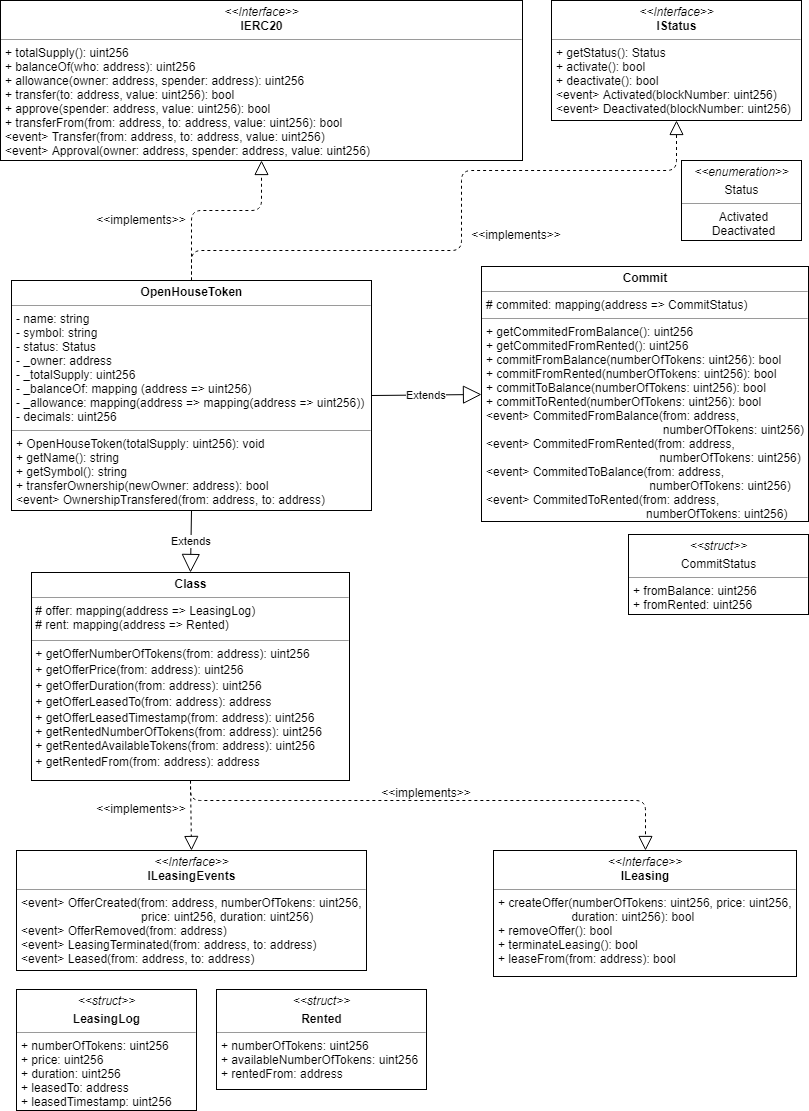
Earlier version of the draw.io export uml/OpenHouseToken/OpenHouseToken.png (gkamtzir/Ethereum-ICO-Diploma-Thesis). Source tidied: cells renumbered, new cells last; positions are measured from the earlier drawing's top-left corner, leaving out a move shared by most shapes.
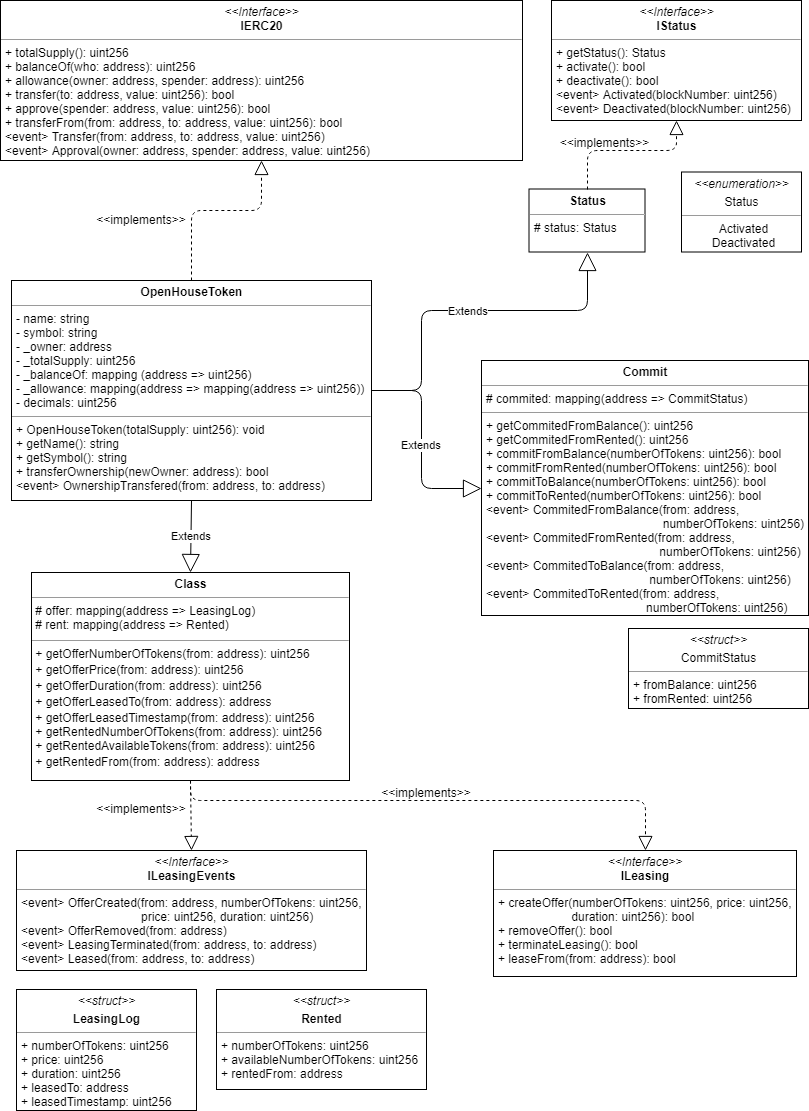
Above is the later version.

Commit message:
Modified the class diagram and created separate class for Status.

Change to the diagram source:
```diff
@@ -2,8 +2,8 @@
   <root>
     <mxCell id="0" />
     <mxCell id="1" parent="0" />
-    <mxCell id="2" value="&lt;p style=&quot;margin: 0px ; margin-top: 4px ; text-align: center&quot;&gt;&lt;b&gt;OpenHouseToken&lt;/b&gt;&lt;/p&gt;&lt;hr size=&quot;1&quot;&gt;&lt;p style=&quot;margin: 0px ; margin-left: 4px&quot;&gt;- name: string&lt;/p&gt;&lt;p style=&quot;margin: 0px ; margin-left: 4px&quot;&gt;- symbol: string&lt;/p&gt;&lt;p style=&quot;margin: 0px ; margin-left: 4px&quot;&gt;- status: Status&lt;br&gt;&lt;/p&gt;&lt;p style=&quot;margin: 0px ; margin-left: 4px&quot;&gt;- _owner: address&lt;/p&gt;&lt;p style=&quot;margin: 0px ; margin-left: 4px&quot;&gt;- _totalSupply: uint256&lt;/p&gt;&lt;p style=&quot;margin: 0px ; margin-left: 4px&quot;&gt;- _balanceOf: mapping (address =&amp;gt; uint256)&lt;/p&gt;&lt;p style=&quot;margin: 0px ; margin-left: 4px&quot;&gt;- _allowance: mapping(address =&amp;gt; mapping(address =&amp;gt; uint256))&lt;/p&gt;&lt;p style=&quot;margin: 0px ; margin-left: 4px&quot;&gt;- decimals: uint256&lt;/p&gt;&lt;hr size=&quot;1&quot;&gt;&lt;p style=&quot;margin: 0px ; margin-left: 4px&quot;&gt;+ OpenHouseToken(totalSupply: uint256): void&lt;/p&gt;&lt;p style=&quot;margin: 0px ; margin-left: 4px&quot;&gt;+ getName(): string&lt;/p&gt;&lt;p style=&quot;margin: 0px ; margin-left: 4px&quot;&gt;+ getSymbol(): string&lt;/p&gt;&lt;p style=&quot;margin: 0px ; margin-left: 4px&quot;&gt;+ transferOwnership(newOwner: address): bool&lt;/p&gt;&lt;p style=&quot;margin: 0px ; margin-left: 4px&quot;&gt;&amp;lt;event&amp;gt; OwnershipTransfered(from: address, to: address)&lt;/p&gt;" style="verticalAlign=top;align=left;overflow=fill;fontSize=12;fontFamily=Helvetica;html=1;" parent="1" vertex="1">
-      <mxGeometry x="11" y="280" width="360" height="230" as="geometry" />
+    <mxCell id="2" value="&lt;p style=&quot;margin: 0px ; margin-top: 4px ; text-align: center&quot;&gt;&lt;b&gt;OpenHouseToken&lt;/b&gt;&lt;/p&gt;&lt;hr size=&quot;1&quot;&gt;&lt;p style=&quot;margin: 0px ; margin-left: 4px&quot;&gt;- name: string&lt;/p&gt;&lt;p style=&quot;margin: 0px ; margin-left: 4px&quot;&gt;- symbol: string&lt;/p&gt;&lt;p style=&quot;margin: 0px ; margin-left: 4px&quot;&gt;- _owner: address&lt;/p&gt;&lt;p style=&quot;margin: 0px ; margin-left: 4px&quot;&gt;- _totalSupply: uint256&lt;/p&gt;&lt;p style=&quot;margin: 0px ; margin-left: 4px&quot;&gt;- _balanceOf: mapping (address =&amp;gt; uint256)&lt;/p&gt;&lt;p style=&quot;margin: 0px ; margin-left: 4px&quot;&gt;- _allowance: mapping(address =&amp;gt; mapping(address =&amp;gt; uint256))&lt;/p&gt;&lt;p style=&quot;margin: 0px ; margin-left: 4px&quot;&gt;- decimals: uint256&lt;/p&gt;&lt;hr size=&quot;1&quot;&gt;&lt;p style=&quot;margin: 0px ; margin-left: 4px&quot;&gt;+ OpenHouseToken(totalSupply: uint256): void&lt;/p&gt;&lt;p style=&quot;margin: 0px ; margin-left: 4px&quot;&gt;+ getName(): string&lt;/p&gt;&lt;p style=&quot;margin: 0px ; margin-left: 4px&quot;&gt;+ getSymbol(): string&lt;/p&gt;&lt;p style=&quot;margin: 0px ; margin-left: 4px&quot;&gt;+ transferOwnership(newOwner: address): bool&lt;/p&gt;&lt;p style=&quot;margin: 0px ; margin-left: 4px&quot;&gt;&amp;lt;event&amp;gt; OwnershipTransfered(from: address, to: address)&lt;/p&gt;" style="verticalAlign=top;align=left;overflow=fill;fontSize=12;fontFamily=Helvetica;html=1;" parent="1" vertex="1">
+      <mxGeometry x="11" y="280" width="360" height="220" as="geometry" />
     </mxCell>
     <mxCell id="3" value="&lt;p style=&quot;margin: 0px ; margin-top: 4px ; text-align: center&quot;&gt;&lt;i&gt;&amp;lt;&amp;lt;Interface&amp;gt;&amp;gt;&lt;/i&gt;&lt;br&gt;&lt;b&gt;IERC20&lt;/b&gt;&lt;/p&gt;&lt;hr size=&quot;1&quot;&gt;&lt;p style=&quot;margin: 0px ; margin-left: 4px&quot;&gt;+ totalSupply(): uint256&lt;br&gt;+ balanceOf(who: address): uint256&lt;/p&gt;&lt;p style=&quot;margin: 0px ; margin-left: 4px&quot;&gt;+ allowance(owner: address, spender: address): uint256&lt;/p&gt;&lt;p style=&quot;margin: 0px ; margin-left: 4px&quot;&gt;+ transfer(to: address, value: uint256): bool&lt;/p&gt;&lt;p style=&quot;margin: 0px ; margin-left: 4px&quot;&gt;+ approve(spender: address, value: uint256): bool&lt;/p&gt;&lt;p style=&quot;margin: 0px ; margin-left: 4px&quot;&gt;+ transferFrom(from: address, to: address, value: uint256): bool&lt;/p&gt;&lt;p style=&quot;margin: 0px ; margin-left: 4px&quot;&gt;&amp;lt;event&amp;gt; Transfer(from: address, to: address, value: uint256)&lt;/p&gt;&lt;p style=&quot;margin: 0px ; margin-left: 4px&quot;&gt;&amp;lt;event&amp;gt; Approval(owner: address, spender: address, value: uint256)&lt;/p&gt;" style="verticalAlign=top;align=left;overflow=fill;fontSize=12;fontFamily=Helvetica;html=1;" parent="1" vertex="1">
       <mxGeometry width="522" height="160" as="geometry" />
@@ -26,16 +26,21 @@
       <mxGeometry x="16" y="850" width="350" height="120" as="geometry" />
     </mxCell>
     <mxCell id="8" value="&lt;p style=&quot;margin: 0px ; margin-top: 4px ; text-align: center&quot;&gt;&lt;b&gt;Commit&lt;/b&gt;&lt;/p&gt;&lt;hr size=&quot;1&quot;&gt;&lt;p style=&quot;margin: 0px ; margin-left: 4px&quot;&gt;# commited: mapping(address =&amp;gt; CommitStatus)&lt;/p&gt;&lt;hr size=&quot;1&quot;&gt;&lt;p style=&quot;margin: 0px ; margin-left: 4px&quot;&gt;+ getCommitedFromBalance(): uint256&lt;br&gt;&lt;/p&gt;&lt;p style=&quot;margin: 0px ; margin-left: 4px&quot;&gt;+ getCommitedFromRented(): uint256&lt;/p&gt;&lt;p style=&quot;margin: 0px ; margin-left: 4px&quot;&gt;+ commitFromBalance(numberOfTokens: uint256): bool&lt;/p&gt;&lt;p style=&quot;margin: 0px ; margin-left: 4px&quot;&gt;+ commitFromRented(numberOfTokens: uint256): bool&lt;/p&gt;&lt;p style=&quot;margin: 0px ; margin-left: 4px&quot;&gt;+ commitToBalance(numberOfTokens: uint256): bool&lt;/p&gt;&lt;p style=&quot;margin: 0px ; margin-left: 4px&quot;&gt;+ commitToRented(numberOfTokens: uint256): bool&lt;/p&gt;&lt;p style=&quot;margin: 0px ; margin-left: 4px&quot;&gt;&amp;lt;event&amp;gt; CommitedFromBalance(from: address,&amp;nbsp;&lt;/p&gt;&lt;p style=&quot;margin: 0px ; margin-left: 4px&quot;&gt;&amp;nbsp; &amp;nbsp; &amp;nbsp; &amp;nbsp; &amp;nbsp; &amp;nbsp; &amp;nbsp; &amp;nbsp; &amp;nbsp; &amp;nbsp; &amp;nbsp; &amp;nbsp; &amp;nbsp; &amp;nbsp; &amp;nbsp; &amp;nbsp; &amp;nbsp; &amp;nbsp; &amp;nbsp; &amp;nbsp; &amp;nbsp; &amp;nbsp; &amp;nbsp; &amp;nbsp; &amp;nbsp; &amp;nbsp; &amp;nbsp;numberOfTokens: uint256)&lt;/p&gt;&lt;p style=&quot;margin: 0px ; margin-left: 4px&quot;&gt;&amp;lt;event&amp;gt; CommitedFromRented(from: address,&lt;br&gt;&amp;nbsp; &amp;nbsp; &amp;nbsp; &amp;nbsp; &amp;nbsp; &amp;nbsp; &amp;nbsp; &amp;nbsp; &amp;nbsp; &amp;nbsp; &amp;nbsp; &amp;nbsp; &amp;nbsp; &amp;nbsp; &amp;nbsp; &amp;nbsp; &amp;nbsp; &amp;nbsp; &amp;nbsp; &amp;nbsp; &amp;nbsp; &amp;nbsp; &amp;nbsp; &amp;nbsp; &amp;nbsp; &amp;nbsp; numberOfTokens: uint256)&lt;/p&gt;&lt;p style=&quot;margin: 0px ; margin-left: 4px&quot;&gt;&amp;lt;event&amp;gt; CommitedToBalance(from: address,&lt;/p&gt;&lt;p style=&quot;margin: 0px ; margin-left: 4px&quot;&gt;&amp;nbsp; &amp;nbsp; &amp;nbsp; &amp;nbsp; &amp;nbsp; &amp;nbsp; &amp;nbsp; &amp;nbsp; &amp;nbsp; &amp;nbsp; &amp;nbsp; &amp;nbsp; &amp;nbsp; &amp;nbsp; &amp;nbsp; &amp;nbsp; &amp;nbsp; &amp;nbsp; &amp;nbsp; &amp;nbsp; &amp;nbsp; &amp;nbsp; &amp;nbsp; &amp;nbsp; &amp;nbsp;numberOfTokens: uint256)&lt;/p&gt;&lt;p style=&quot;margin: 0px ; margin-left: 4px&quot;&gt;&amp;lt;event&amp;gt; CommitedToRented(from: address,&lt;/p&gt;&lt;p style=&quot;margin: 0px ; margin-left: 4px&quot;&gt;&amp;nbsp; &amp;nbsp; &amp;nbsp; &amp;nbsp; &amp;nbsp; &amp;nbsp; &amp;nbsp; &amp;nbsp; &amp;nbsp; &amp;nbsp; &amp;nbsp; &amp;nbsp; &amp;nbsp; &amp;nbsp; &amp;nbsp; &amp;nbsp; &amp;nbsp; &amp;nbsp; &amp;nbsp; &amp;nbsp; &amp;nbsp; &amp;nbsp; &amp;nbsp; &amp;nbsp; numberOfTokens: uint256)&lt;/p&gt;" style="verticalAlign=top;align=left;overflow=fill;fontSize=12;fontFamily=Helvetica;html=1;" parent="1" vertex="1">
-      <mxGeometry x="481" y="266" width="327" height="255" as="geometry" />
+      <mxGeometry x="481" y="360" width="327" height="255" as="geometry" />
     </mxCell>
     <mxCell id="9" value="&lt;p style=&quot;margin: 0px ; margin-top: 4px ; text-align: center&quot;&gt;&lt;i&gt;&amp;lt;&amp;lt;struct&amp;gt;&amp;gt;&lt;/i&gt;&lt;br&gt;&lt;/p&gt;&lt;p style=&quot;margin: 0px ; margin-top: 4px ; text-align: center&quot;&gt;&lt;span&gt;CommitStatus&lt;/span&gt;&lt;br&gt;&lt;/p&gt;&lt;hr size=&quot;1&quot;&gt;&lt;p style=&quot;margin: 0px ; margin-left: 4px&quot;&gt;+ fromBalance: uint256&lt;/p&gt;&lt;p style=&quot;margin: 0px ; margin-left: 4px&quot;&gt;+ fromRented: uint256&lt;/p&gt;&lt;p style=&quot;margin: 0px ; margin-left: 4px&quot;&gt;&lt;br&gt;&lt;/p&gt;" style="verticalAlign=top;align=left;overflow=fill;fontSize=12;fontFamily=Helvetica;html=1;" parent="1" vertex="1">
-      <mxGeometry x="628" y="534" width="180" height="80" as="geometry" />
+      <mxGeometry x="628" y="628" width="180" height="80" as="geometry" />
     </mxCell>
     <mxCell id="10" value="&lt;p style=&quot;margin: 0px ; margin-top: 4px ; text-align: center&quot;&gt;&lt;i&gt;&amp;lt;&amp;lt;struct&amp;gt;&amp;gt;&lt;/i&gt;&lt;br&gt;&lt;/p&gt;&lt;p style=&quot;margin: 0px ; margin-top: 4px ; text-align: center&quot;&gt;&lt;b&gt;Rented&lt;/b&gt;&lt;/p&gt;&lt;hr size=&quot;1&quot;&gt;&lt;p style=&quot;margin: 0px ; margin-left: 4px&quot;&gt;+ numberOfTokens: uint256&lt;/p&gt;&lt;p style=&quot;margin: 0px ; margin-left: 4px&quot;&gt;+ availableNumberOfTokens: uint256&lt;/p&gt;&lt;p style=&quot;margin: 0px ; margin-left: 4px&quot;&gt;+ rentedFrom: address&lt;/p&gt;&lt;p style=&quot;margin: 0px ; margin-left: 4px&quot;&gt;&lt;br&gt;&lt;/p&gt;" style="verticalAlign=top;align=left;overflow=fill;fontSize=12;fontFamily=Helvetica;html=1;" parent="1" vertex="1">
       <mxGeometry x="216" y="989" width="210" height="100" as="geometry" />
     </mxCell>
     <mxCell id="11" value="Extends" style="endArrow=block;endSize=16;endFill=0;html=1;exitX=1;exitY=0.5;exitDx=0;exitDy=0;entryX=0;entryY=0.5;entryDx=0;entryDy=0;" parent="1" edge="1" source="2" target="8">
-      <mxGeometry relative="1" as="geometry" />
+      <mxGeometry relative="1" as="geometry">
+        <Array as="points">
+          <mxPoint x="421" y="390" />
+          <mxPoint x="421" y="488" />
+        </Array>
+      </mxGeometry>
     </mxCell>
     <mxCell id="12" value="&lt;&lt;implements&gt;&gt;" style="text;align=center;fontStyle=0;verticalAlign=middle;spacingLeft=3;spacingRight=3;strokeColor=none;" parent="1" vertex="1">
       <mxGeometry x="101" y="796" width="80" height="26" as="geometry" />
@@ -44,21 +49,8 @@
       <mxGeometry x="551" width="250" height="120" as="geometry" />
     </mxCell>
     <mxCell id="14" value="&lt;p style=&quot;margin: 0px ; margin-top: 4px ; text-align: center&quot;&gt;&lt;i&gt;&amp;lt;&amp;lt;enumeration&amp;gt;&amp;gt;&lt;/i&gt;&lt;br&gt;&lt;/p&gt;&lt;p style=&quot;margin: 0px ; margin-top: 4px ; text-align: center&quot;&gt;&lt;span&gt;Status&lt;/span&gt;&lt;br&gt;&lt;/p&gt;&lt;hr size=&quot;1&quot;&gt;&lt;p style=&quot;text-align: center ; margin: 0px 0px 0px 4px&quot;&gt;Activated&lt;/p&gt;&lt;p style=&quot;text-align: center ; margin: 0px 0px 0px 4px&quot;&gt;Deactivated&lt;/p&gt;&lt;p style=&quot;text-align: center ; margin: 0px 0px 0px 4px&quot;&gt;&lt;br&gt;&lt;/p&gt;" style="verticalAlign=top;align=left;overflow=fill;fontSize=12;fontFamily=Helvetica;html=1;" parent="1" vertex="1">
-      <mxGeometry x="681" y="160" width="120" height="80" as="geometry" />
+      <mxGeometry x="681" y="171.5" width="120" height="80" as="geometry" />
     </mxCell>
-    <mxCell id="15" style="endArrow=block;dashed=1;endFill=0;endSize=12;html=1;exitX=0.5;exitY=0;exitDx=0;exitDy=0;entryX=0.5;entryY=1;entryDx=0;entryDy=0;" parent="1" edge="1" source="2" target="13">
-      <mxGeometry relative="1" as="geometry">
-        <Array as="points">
-          <mxPoint x="191" y="250" />
-          <mxPoint x="461" y="250" />
-          <mxPoint x="461" y="170" />
-          <mxPoint x="676" y="170" />
-        </Array>
-      </mxGeometry>
-    </mxCell>
-    <mxCell id="16" value="&lt;&lt;implements&gt;&gt;" style="text;align=center;fontStyle=0;verticalAlign=middle;spacingLeft=3;spacingRight=3;strokeColor=none;" parent="1" vertex="1">
-      <mxGeometry x="476" y="222" width="80" height="26" as="geometry" />
-    </mxCell>
     <mxCell id="17" value="&lt;p style=&quot;margin: 0px ; margin-top: 4px ; text-align: center&quot;&gt;&lt;i&gt;&amp;lt;&amp;lt;Interface&amp;gt;&amp;gt;&lt;/i&gt;&lt;br&gt;&lt;b&gt;ILeasing&lt;/b&gt;&lt;/p&gt;&lt;hr size=&quot;1&quot;&gt;&lt;p style=&quot;margin: 0px ; margin-left: 4px&quot;&gt;+ createOffer(numberOfTokens: uint256, price: uint256,&amp;nbsp;&lt;/p&gt;&lt;p style=&quot;margin: 0px ; margin-left: 4px&quot;&gt;&amp;nbsp; &amp;nbsp; &amp;nbsp; &amp;nbsp; &amp;nbsp; &amp;nbsp; &amp;nbsp; &amp;nbsp; &amp;nbsp; &amp;nbsp; &amp;nbsp; duration: uint256): bool&lt;br&gt;&lt;/p&gt;&lt;p style=&quot;margin: 0px ; margin-left: 4px&quot;&gt;+ removeOffer(): bool&lt;br&gt;&lt;/p&gt;&lt;p style=&quot;margin: 0px ; margin-left: 4px&quot;&gt;+ terminateLeasing(): bool&lt;br&gt;&lt;/p&gt;&lt;p style=&quot;margin: 0px ; margin-left: 4px&quot;&gt;+ leaseFrom(from: address): bool&lt;br&gt;&lt;/p&gt;" style="verticalAlign=top;align=left;overflow=fill;fontSize=12;fontFamily=Helvetica;html=1;" parent="1" vertex="1">
       <mxGeometry x="493" y="850" width="303" height="126" as="geometry" />
     </mxCell>
@@ -82,5 +74,28 @@
         </Array>
       </mxGeometry>
     </mxCell>
+    <mxCell id="23" value="&lt;p style=&quot;margin: 0px ; margin-top: 4px ; text-align: center&quot;&gt;&lt;b&gt;Status&lt;/b&gt;&lt;/p&gt;&lt;hr size=&quot;1&quot;&gt;&lt;p style=&quot;margin: 0px ; margin-left: 4px&quot;&gt;# status: Status&lt;/p&gt;&lt;p style=&quot;margin: 0px ; margin-left: 4px&quot;&gt;&lt;br&gt;&lt;/p&gt;" style="verticalAlign=top;align=left;overflow=fill;fontSize=12;fontFamily=Helvetica;html=1;" parent="1" vertex="1">
+      <mxGeometry x="528.5" y="188.5" width="116" height="63" as="geometry" />
+    </mxCell>
+    <mxCell id="24" style="endArrow=block;dashed=1;endFill=0;endSize=12;html=1;exitX=0.5;exitY=0;exitDx=0;exitDy=0;entryX=0.5;entryY=1;entryDx=0;entryDy=0;" parent="1" edge="1" source="23" target="13">
+      <mxGeometry relative="1" as="geometry">
+        <Array as="points">
+          <mxPoint x="587" y="150" />
+          <mxPoint x="676" y="150" />
+        </Array>
+      </mxGeometry>
+    </mxCell>
+    <mxCell id="16" value="&lt;&lt;implements&gt;&gt;" style="text;align=center;fontStyle=0;verticalAlign=middle;spacingLeft=3;spacingRight=3;strokeColor=none;" parent="1" vertex="1">
+      <mxGeometry x="564.5" y="130" width="80" height="26" as="geometry" />
+    </mxCell>
+    <mxCell id="25" value="Extends" style="endArrow=block;endSize=16;endFill=0;html=1;exitX=1;exitY=0.5;exitDx=0;exitDy=0;entryX=0.5;entryY=1;entryDx=0;entryDy=0;" parent="1" edge="1" source="2" target="23">
+      <mxGeometry relative="1" as="geometry">
+        <Array as="points">
+          <mxPoint x="421" y="390" />
+          <mxPoint x="421" y="310" />
+          <mxPoint x="587" y="310" />
+        </Array>
+      </mxGeometry>
+    </mxCell>
   </root>
 </mxGraphModel>
```
